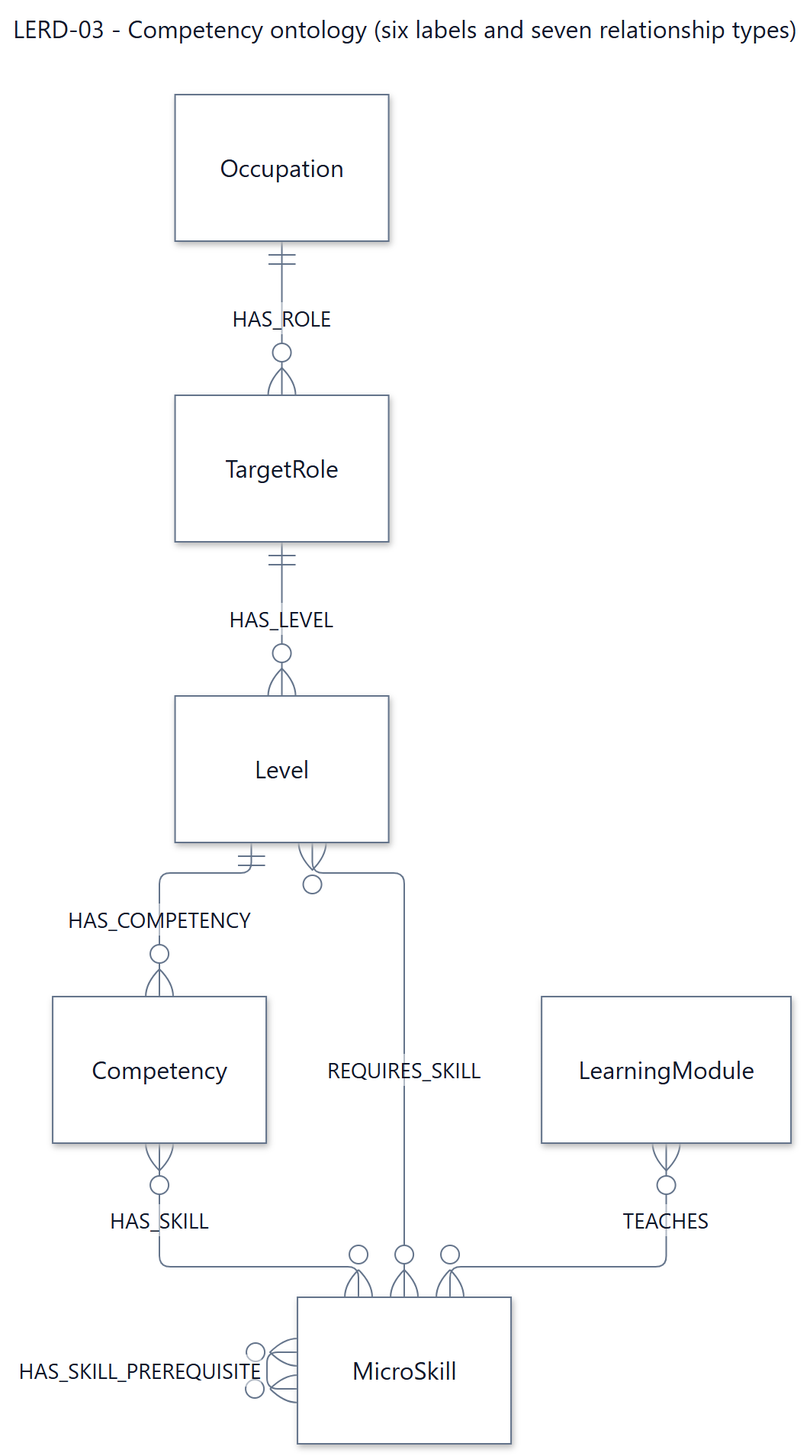
This is documents/diagrams/mermaid/lerd-03.png from SEP490-Fall-2026-GFA26SE64/SEP490, a Mermaid export, as it was before one commit. Its source is kept beside it as documents/diagrams/mermaid/lerd-03.mmd.
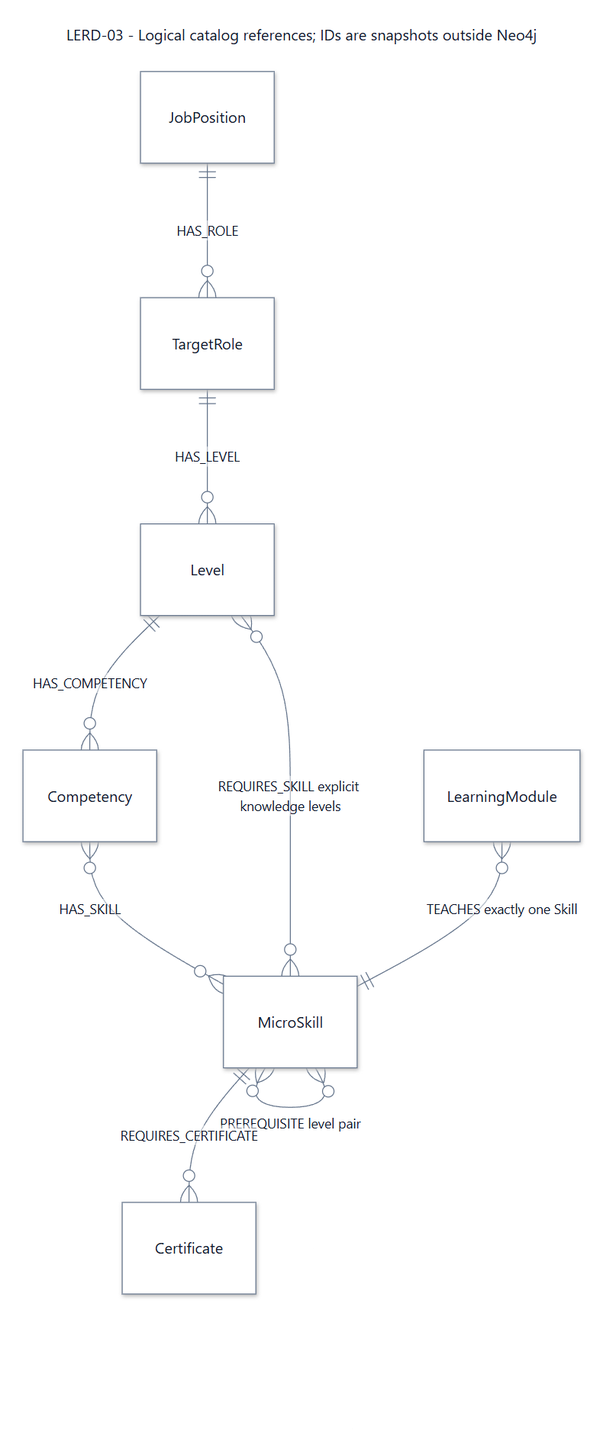
After the change.

The edit, as a diff of the source:
```diff
@@ -1,18 +1,15 @@
 ---
-title: "LERD-03 - Competency ontology (six labels and seven relationship types)"
-config: {"theme":"base","fontFamily":"Segoe UI, Arial, sans-serif","themeVariables":{"fontFamily":"Segoe UI, Arial, sans-serif","fontSize":"16px","primaryColor":"#ffffff","primaryTextColor":"#0f1729","primaryBorderColor":"#64748b","secondaryColor":"#fef3eb","tertiaryColor":"#ffffff","lineColor":"#64748b","textColor":"#0f1729","mainBkg":"#ffffff","background":"#ffffff","clusterBkg":"#ffffff","clusterBorder":"#64748b","edgeLabelBackground":"#ffffff","titleColor":"#0f1729","noteBkgColor":"#fef3eb","noteTextColor":"#0f1729","noteBorderColor":"#e6650f","attributeBackgroundColorOdd":"#ffffff","attributeBackgroundColorEven":"#ffffff","secondaryBorderColor":"#64748b","tertiaryBorderColor":"#64748b","secondaryTextColor":"#0f1729","tertiaryTextColor":"#0f1729"},"layout":"elk","er":{"layoutDirection":"LR","nodeSpacing":36,"rankSpacing":74,"entityPadding":16,"fontSize":16,"minEntityWidth":140,"diagramPadding":24}}
+title: "LERD-03 - Logical catalog references; IDs are snapshots outside Neo4j"
+config: {"theme":"base","fontFamily":"Segoe UI, Arial, sans-serif","themeVariables":{"fontFamily":"Segoe UI, Arial, sans-serif","fontSize":"16px","primaryColor":"#ffffff","primaryTextColor":"#0f1729","primaryBorderColor":"#64748b","secondaryColor":"#fef3eb","tertiaryColor":"#ffffff","lineColor":"#64748b","textColor":"#0f1729","mainBkg":"#ffffff","background":"#ffffff","clusterBkg":"#ffffff","clusterBorder":"#64748b","edgeLabelBackground":"#ffffff","titleColor":"#0f1729","noteBkgColor":"#fef3eb","noteTextColor":"#0f1729","noteBorderColor":"#e6650f","attributeBackgroundColorOdd":"#ffffff","attributeBackgroundColorEven":"#ffffff","secondaryBorderColor":"#64748b","tertiaryBorderColor":"#64748b","secondaryTextColor":"#0f1729","tertiaryTextColor":"#0f1729"},"layout":"dagre","er":{"layoutDirection":"LR","nodeSpacing":60,"rankSpacing":120,"entityPadding":16,"fontSize":16,"minEntityWidth":140,"diagramPadding":24}}
 ---
+
 erDiagram
-  SRS_LERD_03_Job Position["Job Position"]
-  SRS_LERD_03_TargetRole["TargetRole"]
-  SRS_LERD_03_Level["Level"]
-  SRS_LERD_03_Competency["Competency"]
-  SRS_LERD_03_MicroSkill["MicroSkill"]
-  SRS_LERD_03_LearningModule["LearningModule"]
-  SRS_LERD_03_Job Position ||--o{ SRS_LERD_03_TargetRole : "HAS_ROLE"
-  SRS_LERD_03_TargetRole ||--o{ SRS_LERD_03_Level : "HAS_LEVEL"
-  SRS_LERD_03_Level ||--o{ SRS_LERD_03_Competency : "HAS_COMPETENCY"
-  SRS_LERD_03_Competency }o--o{ SRS_LERD_03_MicroSkill : "HAS_SKILL"
-  SRS_LERD_03_Level }o--o{ SRS_LERD_03_MicroSkill : "REQUIRES_SKILL"
-  SRS_LERD_03_LearningModule }o--o{ SRS_LERD_03_MicroSkill : "TEACHES"
-  SRS_LERD_03_MicroSkill }o--o{ SRS_LERD_03_MicroSkill : "HAS_SKILL_PREREQUISITE"
+  direction TB
+  JobPosition ||--o{ TargetRole : "HAS_ROLE"
+  TargetRole ||--o{ Level : "HAS_LEVEL"
+  Level ||--o{ Competency : "HAS_COMPETENCY"
+  Competency }o--o{ MicroSkill : "HAS_SKILL"
+  Level }o--o{ MicroSkill : "REQUIRES_SKILL explicit knowledge levels"
+  LearningModule }o--|| MicroSkill : "TEACHES exactly one Skill"
+  MicroSkill }o--o{ MicroSkill : "PREREQUISITE level pair"
+  MicroSkill ||--o{ Certificate : "REQUIRES_CERTIFICATE"
```
